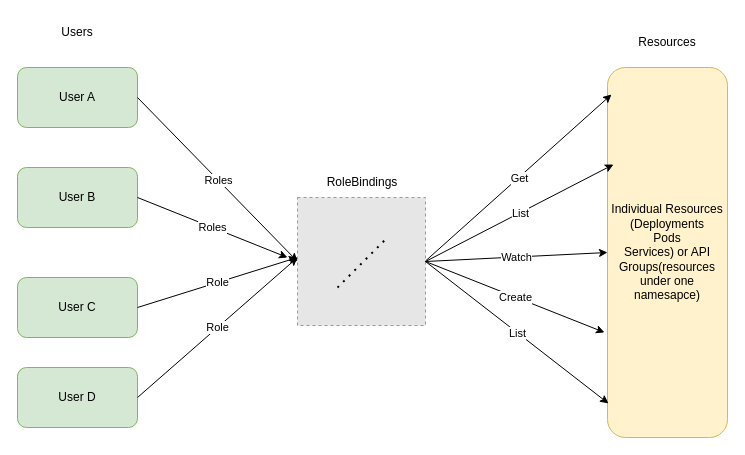
Earlier version of the draw.io diagram Untitled Diagram.drawio (rr948/k8test). Source tidied: cells renumbered, new cells numbered last; positions are measured from the earlier drawing's top-left corner, leaving out a move shared by most shapes. Both pictures are drawn from the tidied source at 100%, with x=0, y=0 at pixel (17, 17). Pictures stored in the file or linked from it are replaced by grey dashed boxes.
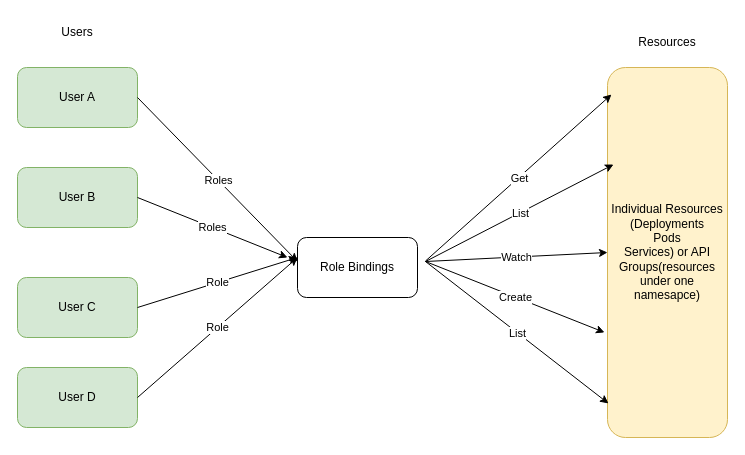
The same diagram, later.

The change refers to these unchanged cells:
```xml
<mxCell id="3" value="Individual Resources (Deployments&lt;div&gt;Pods&lt;/div&gt;&lt;div&gt;Services) or API Groups(resources under one namesapce)&lt;/div&gt;" style="rounded=1;whiteSpace=wrap;html=1;fillColor=#fff2cc;strokeColor=#d6b656;" parent="1" vertex="1">
  <mxGeometry x="590" y="50" width="120" height="370" as="geometry" />
</mxCell>
<mxCell id="17" value="User A" style="rounded=1;whiteSpace=wrap;html=1;fillColor=#d5e8d4;strokeColor=#82b366;" parent="1" vertex="1">
  <mxGeometry y="50" width="120" height="60" as="geometry" />
</mxCell>
```

Change to the diagram source:
```diff
@@
-    <mxCell id="2" style="fillColor=#E6E6E6;strokeColor=#999999;dashed=1;html=1;verticalAlign=top;verticalLabelPosition=bottom;labelBackgroundColor=#ffffff;" parent="1" vertex="1">
-      <mxGeometry x="280" y="180" width="128" height="128" as="geometry" />
-    </mxCell>
@@
-    <mxCell id="7" style="endArrow=classic;html=1;rounded=0;entryX=-0.033;entryY=0.095;entryDx=0;entryDy=0;entryPerimeter=0;exitX=1;exitY=0.5;exitDx=0;exitDy=0;flowAnimation=1;" parent="1" edge="1" source="2">
+    <mxCell id="7" style="endArrow=classic;html=1;rounded=0;entryX=-0.033;entryY=0.095;entryDx=0;entryDy=0;entryPerimeter=0;exitX=1;exitY=0.5;exitDx=0;exitDy=0;flowAnimation=1;" parent="1" edge="1">
       <mxGeometry relative="1" as="geometry">
+        <mxPoint x="408" y="244" as="sourcePoint" />
         <mxPoint x="596" y="147" as="targetPoint" />
       </mxGeometry>
     </mxCell>
@@
-    <mxCell id="9" style="endArrow=classic;html=1;rounded=0;entryX=0;entryY=0.5;entryDx=0;entryDy=0;exitX=1;exitY=0.5;exitDx=0;exitDy=0;flowAnimation=1;" parent="1" edge="1" source="2" target="3">
-      <mxGeometry relative="1" as="geometry" />
+    <mxCell id="9" style="endArrow=classic;html=1;rounded=0;entryX=0;entryY=0.5;entryDx=0;entryDy=0;exitX=1;exitY=0.5;exitDx=0;exitDy=0;flowAnimation=1;" parent="1" edge="1" target="3">
+      <mxGeometry relative="1" as="geometry">
+        <mxPoint x="408" y="244" as="sourcePoint" />
+      </mxGeometry>
     </mxCell>
@@
-    <mxCell id="11" style="endArrow=classic;html=1;rounded=0;entryX=-0.025;entryY=0.716;entryDx=0;entryDy=0;entryPerimeter=0;exitX=1;exitY=0.5;exitDx=0;exitDy=0;flowAnimation=1;" parent="1" edge="1" source="2" target="3">
-      <mxGeometry relative="1" as="geometry" />
+    <mxCell id="11" style="endArrow=classic;html=1;rounded=0;entryX=-0.025;entryY=0.716;entryDx=0;entryDy=0;entryPerimeter=0;exitX=1;exitY=0.5;exitDx=0;exitDy=0;flowAnimation=1;" parent="1" edge="1" target="3">
+      <mxGeometry relative="1" as="geometry">
+        <mxPoint x="408" y="244" as="sourcePoint" />
+      </mxGeometry>
     </mxCell>
@@
-    <mxCell id="13" style="endArrow=classic;html=1;rounded=0;entryX=0.008;entryY=0.908;entryDx=0;entryDy=0;entryPerimeter=0;exitX=1;exitY=0.5;exitDx=0;exitDy=0;flowAnimation=1;" parent="1" edge="1" source="2" target="3">
-      <mxGeometry relative="1" as="geometry" />
+    <mxCell id="13" style="endArrow=classic;html=1;rounded=0;entryX=0.008;entryY=0.908;entryDx=0;entryDy=0;entryPerimeter=0;exitX=1;exitY=0.5;exitDx=0;exitDy=0;flowAnimation=1;" parent="1" edge="1" target="3">
+      <mxGeometry relative="1" as="geometry">
+        <mxPoint x="408" y="244" as="sourcePoint" />
+      </mxGeometry>
     </mxCell>
@@
-    <mxCell id="16" value="RoleBindings" style="text;html=1;align=center;verticalAlign=middle;whiteSpace=wrap;rounded=0;" parent="1" vertex="1">
-      <mxGeometry x="315" y="150" width="60" height="30" as="geometry" />
-    </mxCell>
@@
-    <mxCell id="21" style="endArrow=classic;html=1;rounded=0;entryX=0;entryY=0.5;entryDx=0;entryDy=0;exitX=1;exitY=0.5;exitDx=0;exitDy=0;flowAnimation=1;" parent="1" edge="1" source="17" target="2">
-      <mxGeometry relative="1" as="geometry" />
+    <mxCell id="21" style="endArrow=classic;html=1;rounded=0;entryX=0;entryY=0.5;entryDx=0;entryDy=0;exitX=1;exitY=0.5;exitDx=0;exitDy=0;flowAnimation=1;" parent="1" edge="1" source="17">
+      <mxGeometry relative="1" as="geometry">
+        <mxPoint x="280" y="244" as="targetPoint" />
+      </mxGeometry>
     </mxCell>
@@
+    <mxCell id="27" value="Role Bindings" style="rounded=1;whiteSpace=wrap;html=1;" parent="1" vertex="1">
+      <mxGeometry x="280" y="220" width="120" height="60" as="geometry" />
+    </mxCell>
```
